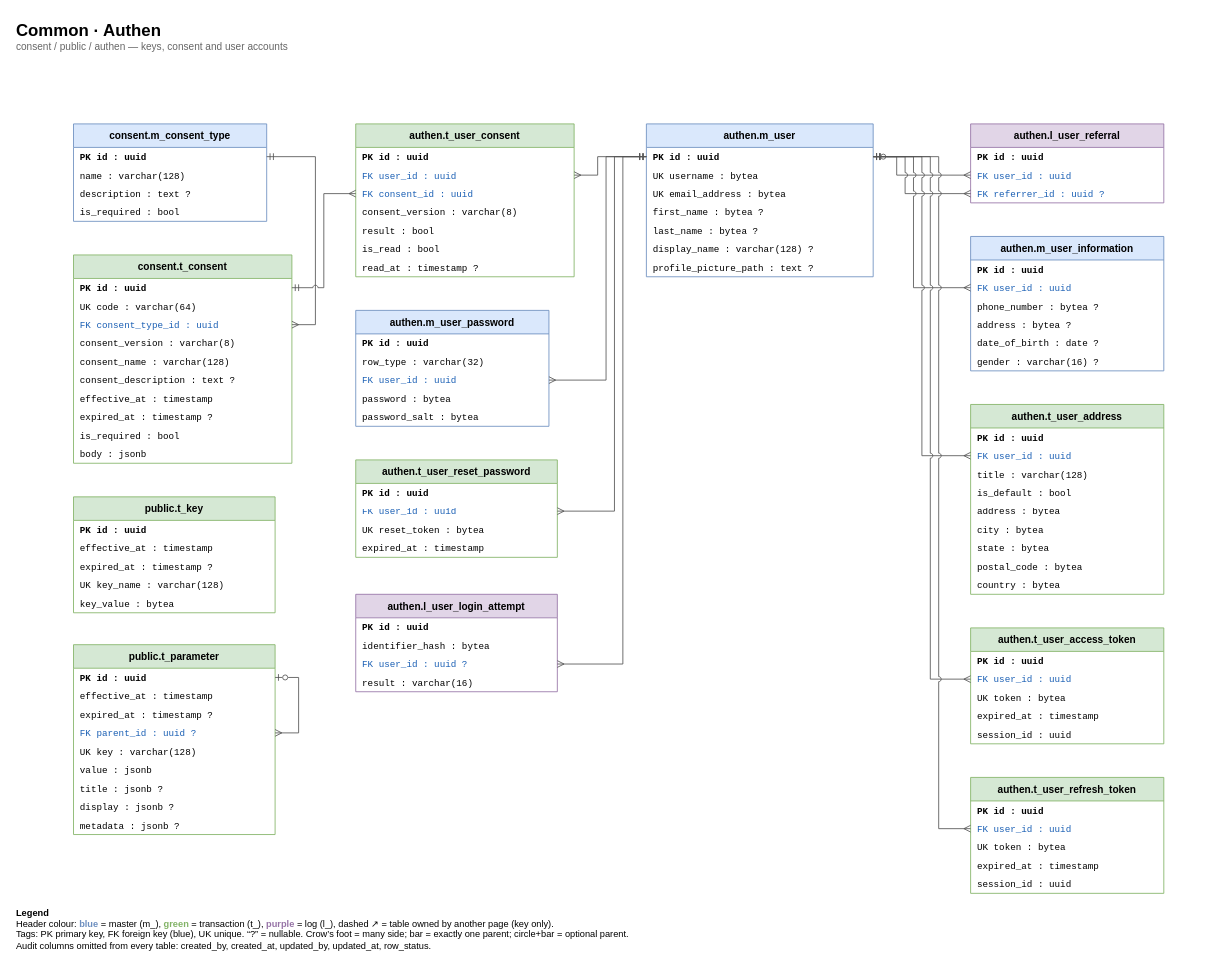
Earlier version of the draw.io diagram page "1 Common · Authen" (2 of 8) of e-commerce/db/er-diagram.drawio (ittikornsopawan/system-analysis-and-design). Source tidied: cells renumbered, new cells numbered last; positions are measured from the earlier drawing's top-left corner, leaving out a move shared by most shapes. Both pictures are drawn from the tidied source at 84%, with x=0, y=0 at pixel (14, 14).
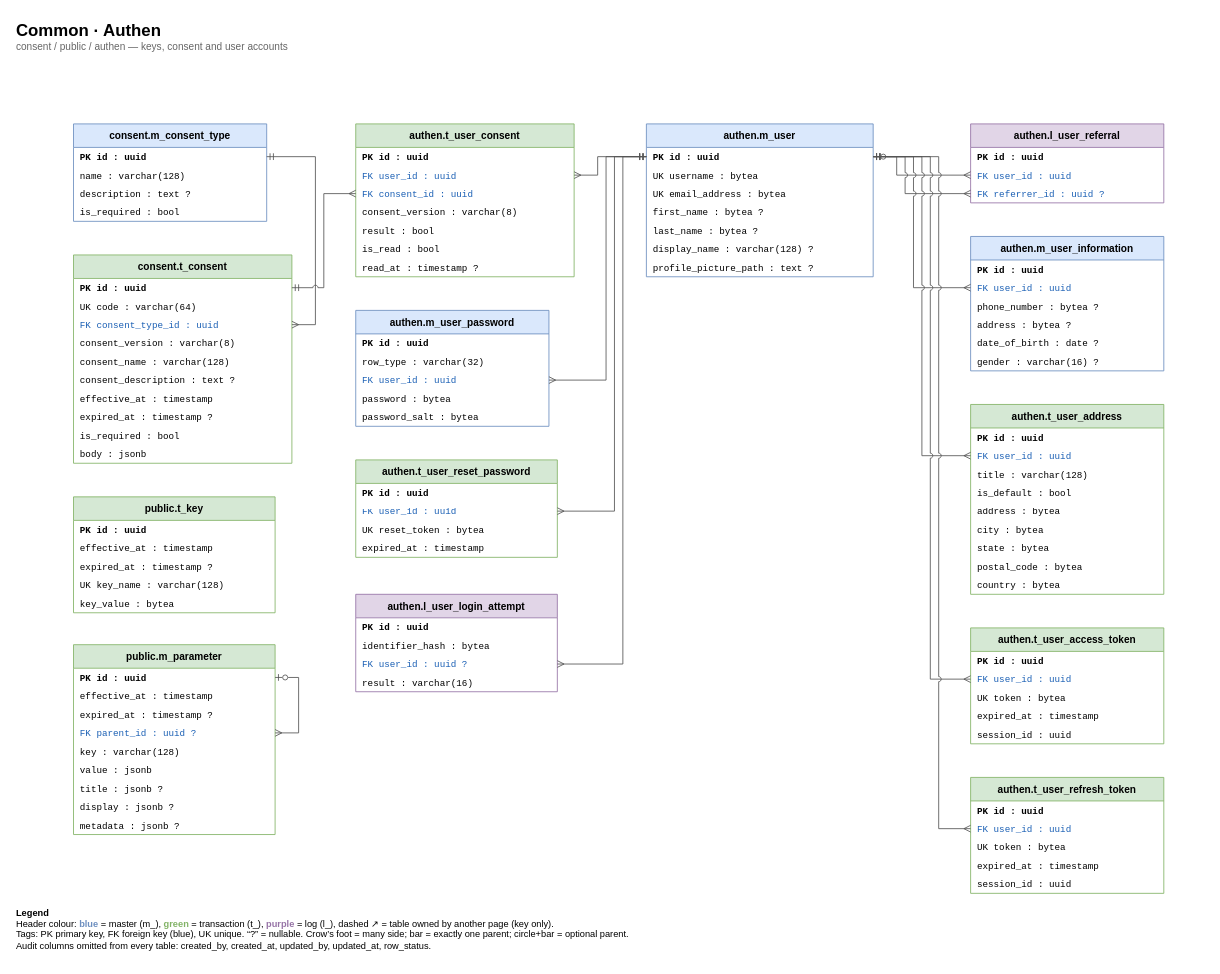
The same page after the edit.

Commit message (it also covers changes not shown here):
fix(db): public.m_parameter master table with a partial unique key and the standard row statuses

What changed in the source:
```diff
@@
-    <mxCell id="25" value="public.t_parameter" style="swimlane;fontStyle=1;horizontal=1;startSize=28;fillColor=#d5e8d4;strokeColor=#82b366;swimlaneFillColor=#ffffff;fontSize=12;" parent="1" vertex="1">
+    <mxCell id="25" value="public.m_parameter" style="swimlane;fontStyle=1;horizontal=1;startSize=28;fillColor=#d5e8d4;strokeColor=#82b366;swimlaneFillColor=#ffffff;fontSize=12;" parent="1" vertex="1">
       <mxGeometry x="70" y="750" width="240" height="226" as="geometry" />
     </mxCell>
@@
-    <mxCell id="30" value="UK    key : varchar(128)" style="text;html=0;strokeColor=none;fillColor=none;align=left;verticalAlign=middle;spacingLeft=6;spacingRight=4;overflow=hidden;whiteSpace=nowrap;fontFamily=Courier New;fontSize=11;" parent="25" vertex="1">
+    <mxCell id="30" value="      key : varchar(128)" style="text;html=0;strokeColor=none;fillColor=none;align=left;verticalAlign=middle;spacingLeft=6;spacingRight=4;overflow=hidden;whiteSpace=nowrap;fontFamily=Courier New;fontSize=11;" parent="25" vertex="1">
       <mxGeometry y="116" width="240" height="22" as="geometry" />
     </mxCell>
```
